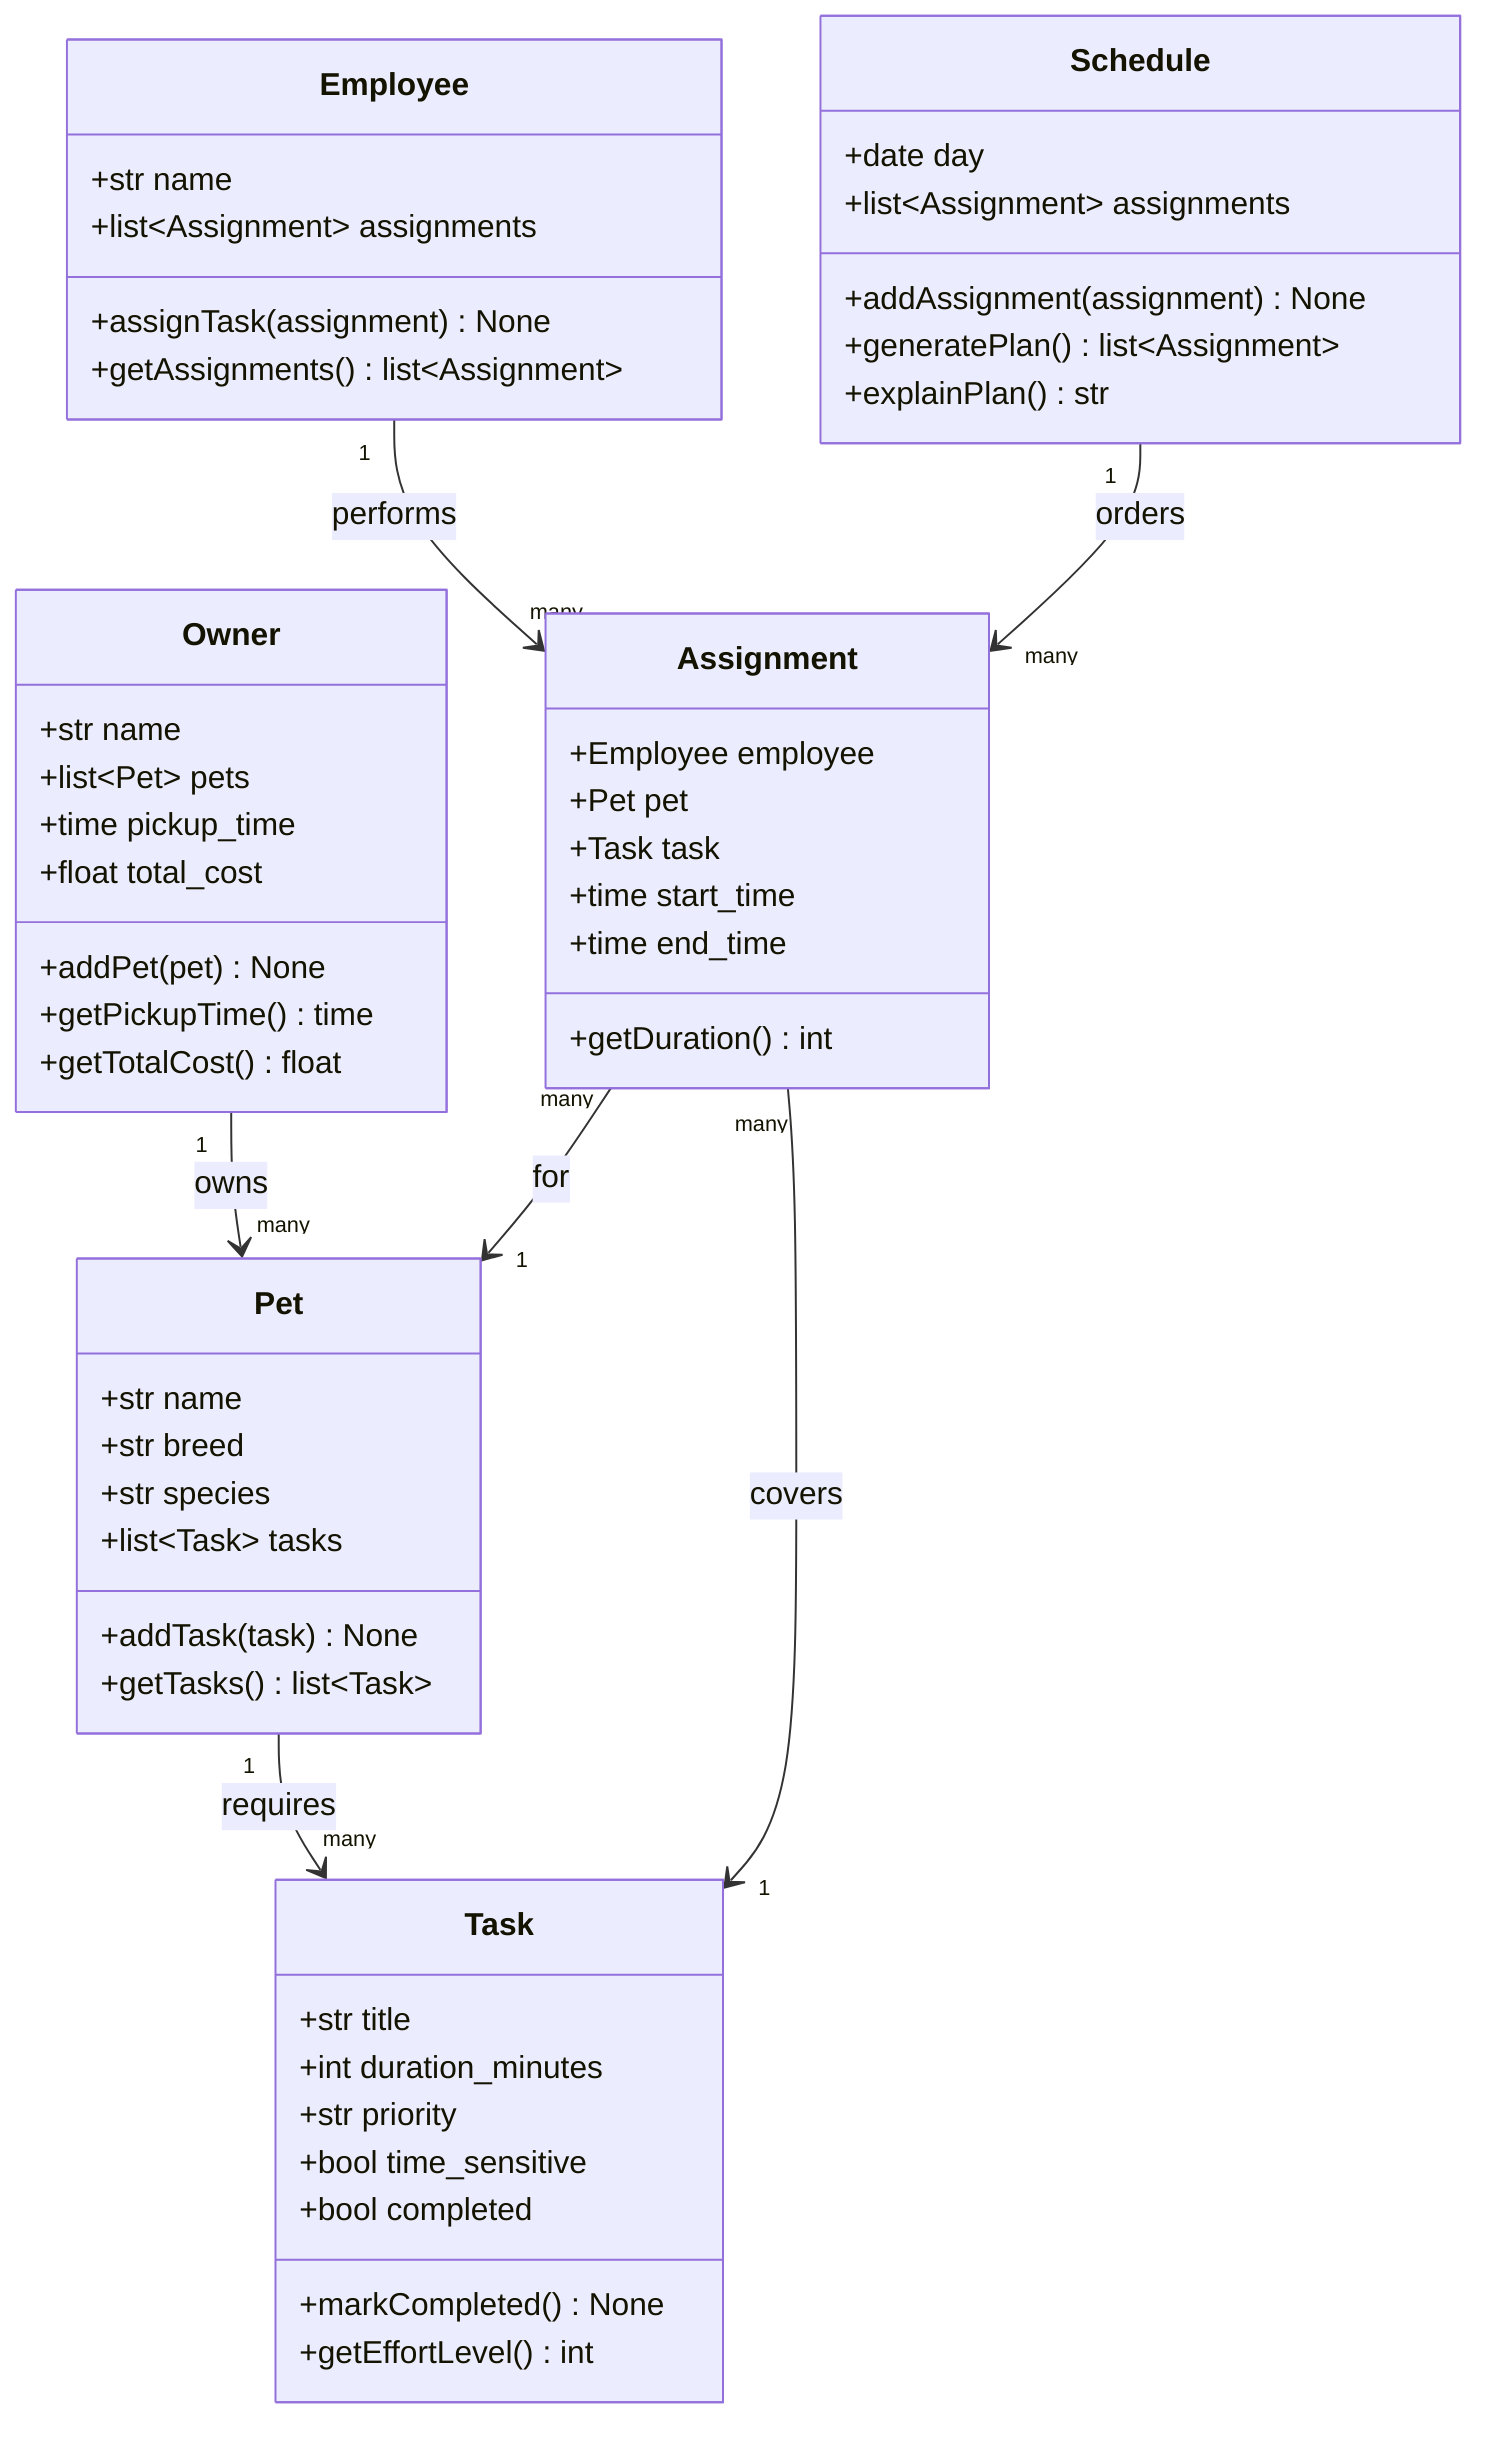
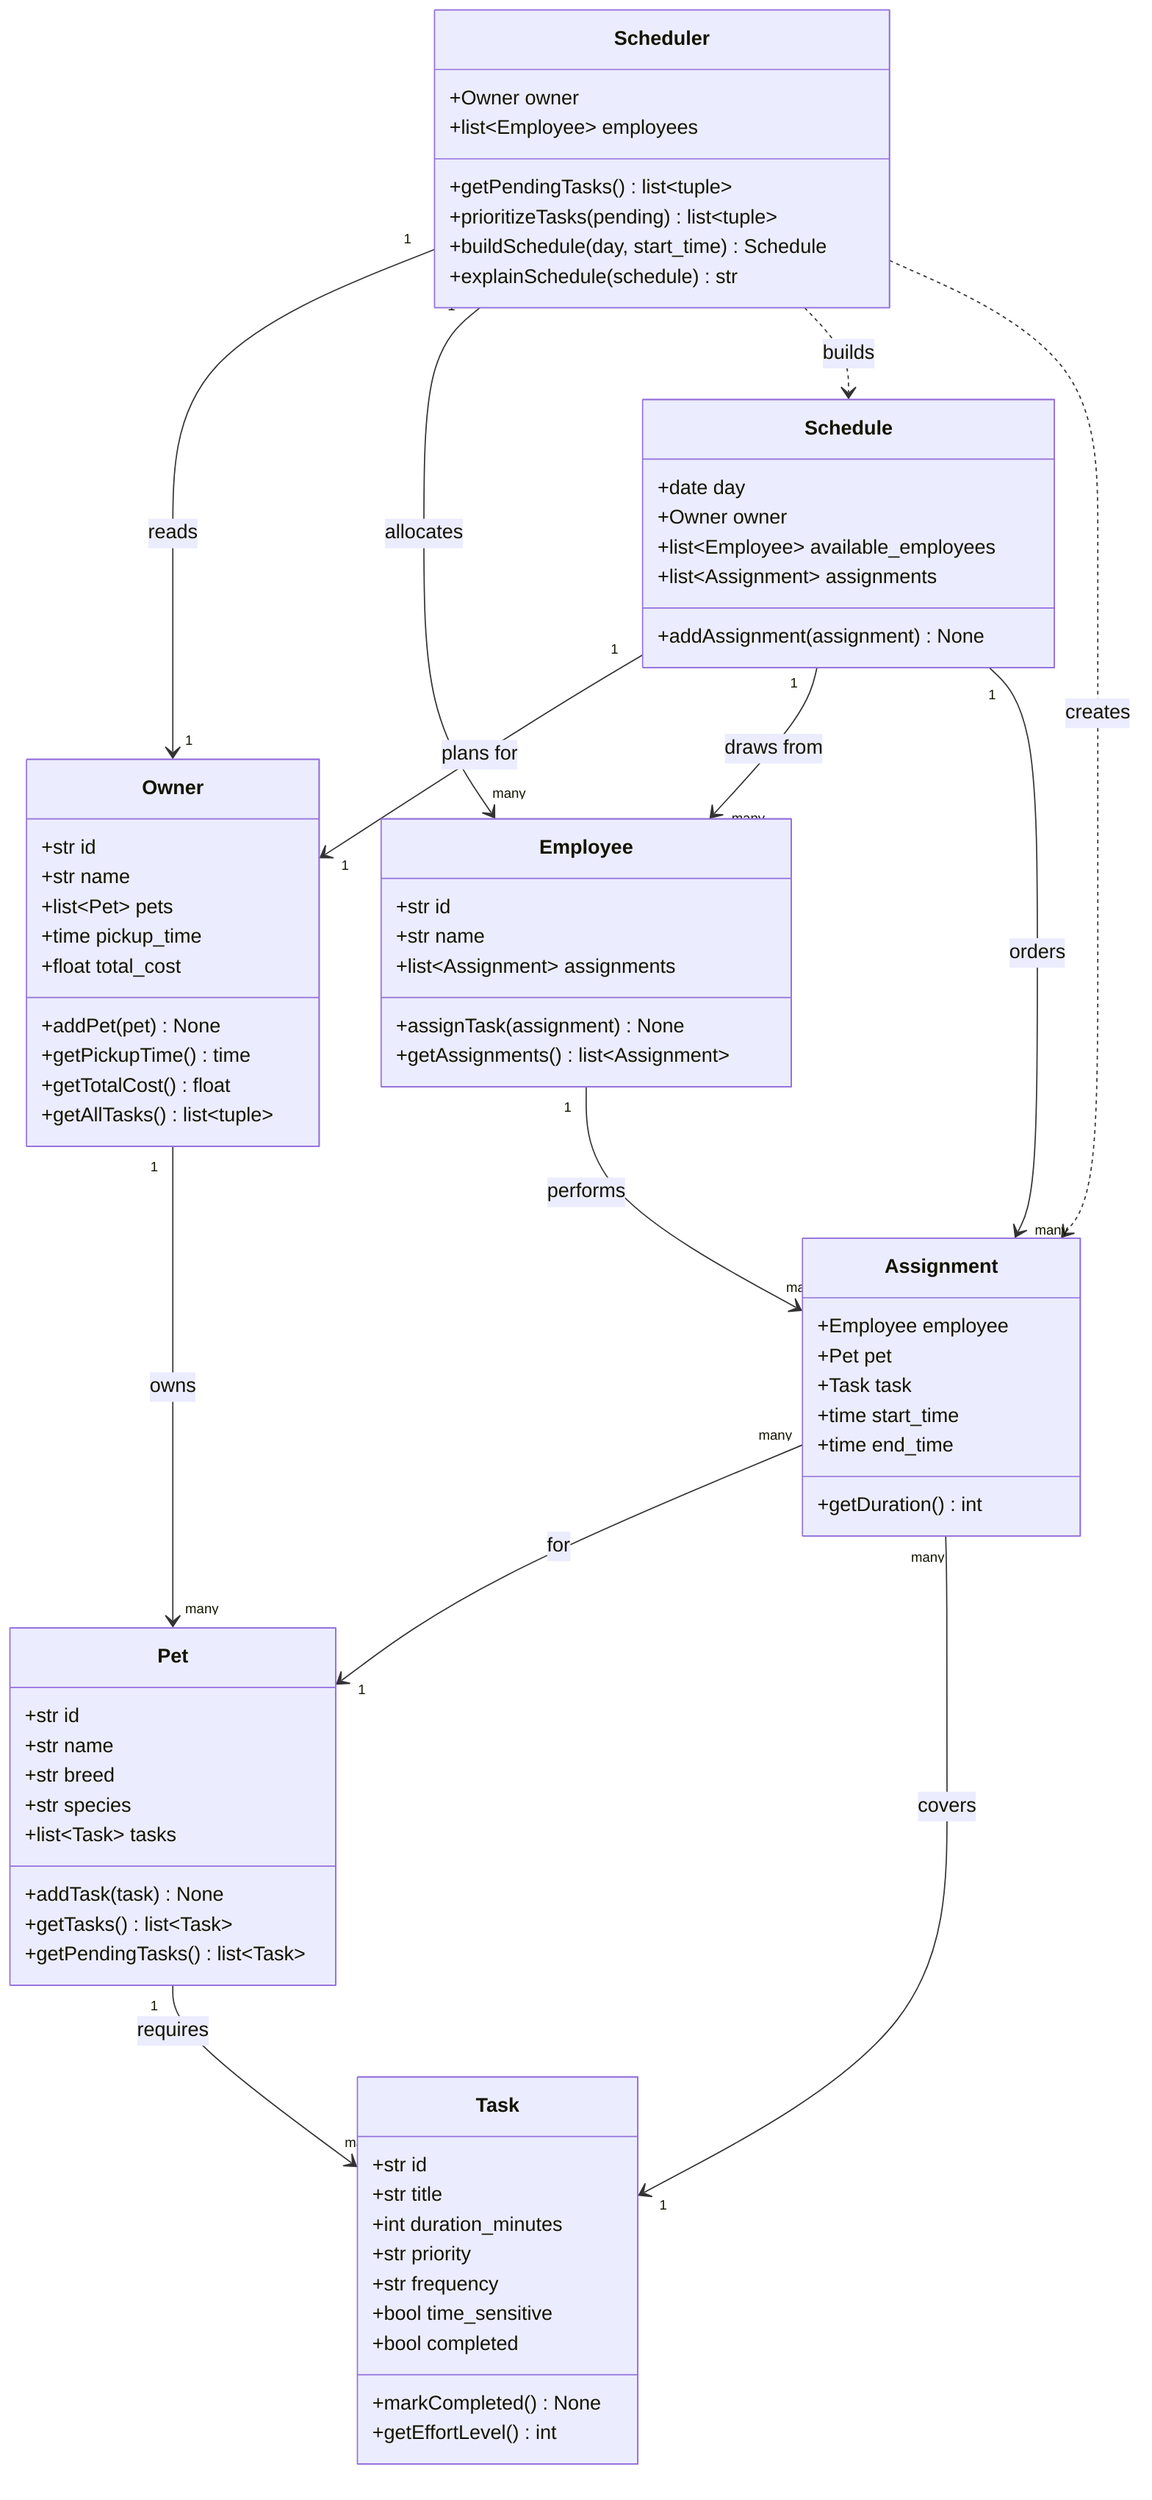
classDiagram
    %% Draft UML based on brainstormed attributes/methods from reflection.md
    %% Update as implementation solidifies.

    class Owner {
+         +str id
        +str name
        +list~Pet~ pets
        +time pickup_time
        +float total_cost
        +addPet(pet) None
        +getPickupTime() time
        +getTotalCost() float
+         +getAllTasks() list~tuple~
    }

    class Pet {
+         +str id
        +str name
        +str breed
        +str species
        +list~Task~ tasks
        +addTask(task) None
        +getTasks() list~Task~
+         +getPendingTasks() list~Task~
    }

    class Task {
+         +str id
        +str title
        +int duration_minutes
        +str priority
+         +str frequency
        +bool time_sensitive
        +bool completed
        +markCompleted() None
        +getEffortLevel() int
    }

    class Employee {
+         +str id
        +str name
        +list~Assignment~ assignments
        +assignTask(assignment) None
        +getAssignments() list~Assignment~
    }

    class Assignment {
        +Employee employee
        +Pet pet
        +Task task
        +time start_time
        +time end_time
        +getDuration() int
    }

    class Schedule {
        +date day
+         +Owner owner
+         +list~Employee~ available_employees
        +list~Assignment~ assignments
        +addAssignment(assignment) None
-         +generatePlan() list~Assignment~
-         +explainPlan() str
+     }
+ 
+     class Scheduler {
+         +Owner owner
+         +list~Employee~ employees
+         +getPendingTasks() list~tuple~
+         +prioritizeTasks(pending) list~tuple~
+         +buildSchedule(day, start_time) Schedule
+         +explainSchedule(schedule) str
    }

    Owner "1" --> "many" Pet : owns
    Pet "1" --> "many" Task : requires
    Employee "1" --> "many" Assignment : performs
    Assignment "many" --> "1" Pet : for
    Assignment "many" --> "1" Task : covers
+     Schedule "1" --> "1" Owner : plans for
+     Schedule "1" --> "many" Employee : draws from
    Schedule "1" --> "many" Assignment : orders
+     Scheduler "1" --> "1" Owner : reads
+     Scheduler "1" --> "many" Employee : allocates
+     Scheduler ..> Schedule : builds
+     Scheduler ..> Assignment : creates
